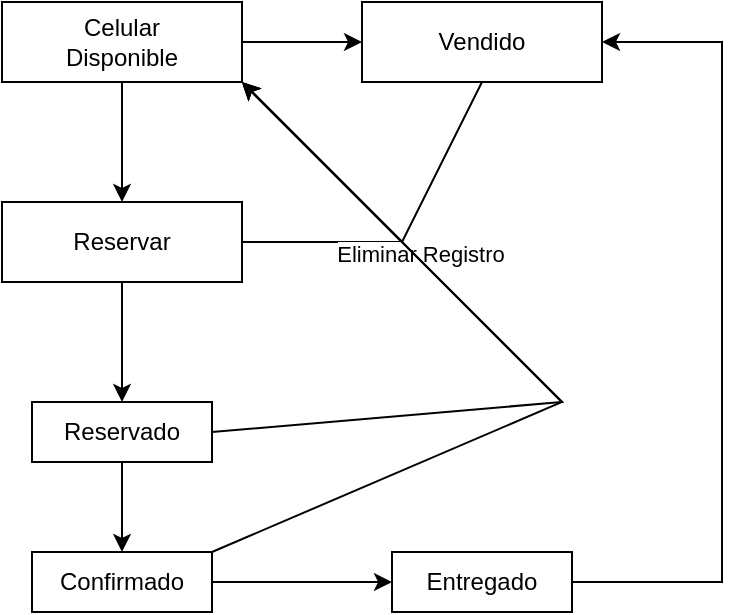
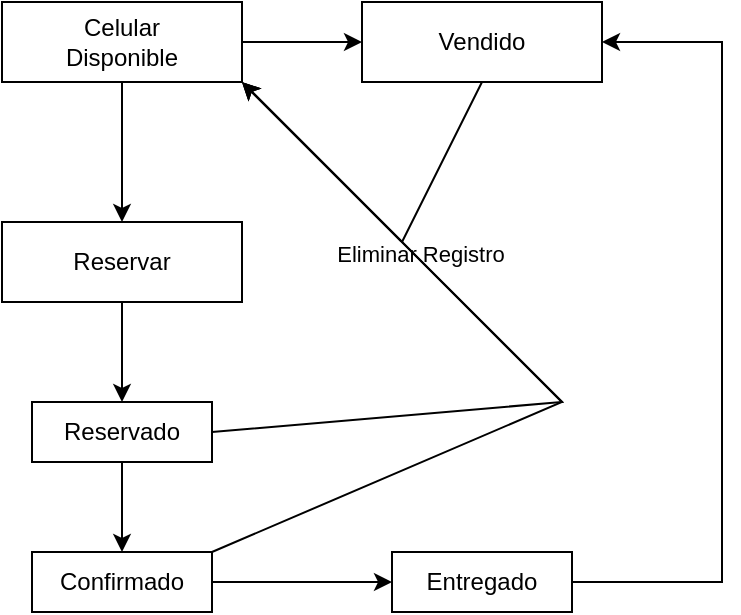
<mxfile host="Electron" agent="Mozilla/5.0 (Windows NT 10.0; Win64; x64) AppleWebKit/537.36 (KHTML, like Gecko) draw.io/28.0.6 Chrome/138.0.7204.100 Electron/37.2.3 Safari/537.36" version="28.0.6">
  <diagram name="Página-1" id="NHJCB9ElBA69mCwC8eOp">
    <mxGraphModel dx="1042" dy="626" grid="1" gridSize="10" guides="1" tooltips="1" connect="1" arrows="1" fold="1" page="1" pageScale="1" pageWidth="827" pageHeight="1169" math="0" shadow="0">
      <root>
        <mxCell id="0" />
        <mxCell id="1" parent="0" />
-         <mxCell id="YwFWL6ZEK3aL6vur6k1T-1" value="Celular&lt;div&gt;Disponible&lt;/div&gt;" style="rounded=0;whiteSpace=wrap;html=1;" vertex="1" parent="1">
+         <mxCell id="YwFWL6ZEK3aL6vur6k1T-1" value="Celular&lt;div&gt;Disponible&lt;/div&gt;" style="rounded=0;whiteSpace=wrap;html=1;" parent="1" vertex="1">
          <mxGeometry x="234" y="120" width="120" height="40" as="geometry" />
        </mxCell>
-         <mxCell id="YwFWL6ZEK3aL6vur6k1T-86" value="Vendido" style="rounded=0;whiteSpace=wrap;html=1;" vertex="1" parent="1">
+         <mxCell id="YwFWL6ZEK3aL6vur6k1T-86" value="Vendido" style="rounded=0;whiteSpace=wrap;html=1;" parent="1" vertex="1">
          <mxGeometry x="414" y="120" width="120" height="40" as="geometry" />
        </mxCell>
-         <mxCell id="YwFWL6ZEK3aL6vur6k1T-105" style="edgeStyle=orthogonalEdgeStyle;rounded=0;orthogonalLoop=1;jettySize=auto;html=1;" edge="1" parent="1" source="YwFWL6ZEK3aL6vur6k1T-87" target="YwFWL6ZEK3aL6vur6k1T-97">
+         <mxCell id="YwFWL6ZEK3aL6vur6k1T-105" style="edgeStyle=orthogonalEdgeStyle;rounded=0;orthogonalLoop=1;jettySize=auto;html=1;" parent="1" source="YwFWL6ZEK3aL6vur6k1T-87" target="YwFWL6ZEK3aL6vur6k1T-97" edge="1">
          <mxGeometry relative="1" as="geometry" />
        </mxCell>
-         <mxCell id="YwFWL6ZEK3aL6vur6k1T-87" value="Reservar" style="rounded=0;whiteSpace=wrap;html=1;" vertex="1" parent="1">
-           <mxGeometry x="234" y="220" width="120" height="40" as="geometry" />
+         <mxCell id="YwFWL6ZEK3aL6vur6k1T-87" value="Reservar" style="rounded=0;whiteSpace=wrap;html=1;" parent="1" vertex="1">
+           <mxGeometry x="234" y="230" width="120" height="40" as="geometry" />
        </mxCell>
-         <mxCell id="YwFWL6ZEK3aL6vur6k1T-90" value="" style="endArrow=classic;html=1;rounded=0;" edge="1" parent="1" source="YwFWL6ZEK3aL6vur6k1T-1" target="YwFWL6ZEK3aL6vur6k1T-86">
+         <mxCell id="YwFWL6ZEK3aL6vur6k1T-90" value="" style="endArrow=classic;html=1;rounded=0;" parent="1" source="YwFWL6ZEK3aL6vur6k1T-1" target="YwFWL6ZEK3aL6vur6k1T-86" edge="1">
          <mxGeometry width="50" height="50" relative="1" as="geometry">
            <mxPoint x="634" y="310" as="sourcePoint" />
            <mxPoint x="684" y="260" as="targetPoint" />
          </mxGeometry>
        </mxCell>
-         <mxCell id="YwFWL6ZEK3aL6vur6k1T-91" value="" style="endArrow=classic;html=1;rounded=0;" edge="1" parent="1" source="YwFWL6ZEK3aL6vur6k1T-1" target="YwFWL6ZEK3aL6vur6k1T-87">
+         <mxCell id="YwFWL6ZEK3aL6vur6k1T-91" value="" style="endArrow=classic;html=1;rounded=0;" parent="1" source="YwFWL6ZEK3aL6vur6k1T-1" target="YwFWL6ZEK3aL6vur6k1T-87" edge="1">
          <mxGeometry width="50" height="50" relative="1" as="geometry">
            <mxPoint x="574" y="220" as="sourcePoint" />
            <mxPoint x="634" y="220" as="targetPoint" />
          </mxGeometry>
        </mxCell>
-         <mxCell id="YwFWL6ZEK3aL6vur6k1T-94" value="" style="endArrow=classic;html=1;rounded=0;entryX=1;entryY=1;entryDx=0;entryDy=0;exitX=1;exitY=0.5;exitDx=0;exitDy=0;" edge="1" parent="1" source="YwFWL6ZEK3aL6vur6k1T-87" target="YwFWL6ZEK3aL6vur6k1T-1">
-           <mxGeometry width="50" height="50" relative="1" as="geometry">
-             <mxPoint x="274" y="340" as="sourcePoint" />
-             <mxPoint x="324" y="290" as="targetPoint" />
-             <Array as="points">
-               <mxPoint x="434" y="240" />
-             </Array>
-           </mxGeometry>
-         </mxCell>
-         <mxCell id="YwFWL6ZEK3aL6vur6k1T-95" value="" style="endArrow=classic;html=1;rounded=0;entryX=1;entryY=1;entryDx=0;entryDy=0;exitX=0.5;exitY=1;exitDx=0;exitDy=0;" edge="1" parent="1" source="YwFWL6ZEK3aL6vur6k1T-86" target="YwFWL6ZEK3aL6vur6k1T-1">
+         <mxCell id="YwFWL6ZEK3aL6vur6k1T-95" value="" style="endArrow=classic;html=1;rounded=0;entryX=1;entryY=1;entryDx=0;entryDy=0;exitX=0.5;exitY=1;exitDx=0;exitDy=0;" parent="1" source="YwFWL6ZEK3aL6vur6k1T-86" target="YwFWL6ZEK3aL6vur6k1T-1" edge="1">
          <mxGeometry width="50" height="50" relative="1" as="geometry">
            <mxPoint x="384" y="270" as="sourcePoint" />
            <mxPoint x="384" y="190" as="targetPoint" />
            <Array as="points">
              <mxPoint x="434" y="240" />
            </Array>
          </mxGeometry>
        </mxCell>
-         <mxCell id="YwFWL6ZEK3aL6vur6k1T-96" value="Eliminar Registro" style="edgeLabel;html=1;align=center;verticalAlign=middle;resizable=0;points=[];" vertex="1" connectable="0" parent="YwFWL6ZEK3aL6vur6k1T-95">
+         <mxCell id="YwFWL6ZEK3aL6vur6k1T-96" value="Eliminar Registro" style="edgeLabel;html=1;align=center;verticalAlign=middle;resizable=0;points=[];" parent="YwFWL6ZEK3aL6vur6k1T-95" vertex="1" connectable="0">
          <mxGeometry x="0.0101" y="2" relative="1" as="geometry">
            <mxPoint x="19" y="14" as="offset" />
          </mxGeometry>
        </mxCell>
-         <mxCell id="YwFWL6ZEK3aL6vur6k1T-101" style="edgeStyle=orthogonalEdgeStyle;rounded=0;orthogonalLoop=1;jettySize=auto;html=1;" edge="1" parent="1" source="YwFWL6ZEK3aL6vur6k1T-97" target="YwFWL6ZEK3aL6vur6k1T-98">
+         <mxCell id="YwFWL6ZEK3aL6vur6k1T-101" style="edgeStyle=orthogonalEdgeStyle;rounded=0;orthogonalLoop=1;jettySize=auto;html=1;" parent="1" source="YwFWL6ZEK3aL6vur6k1T-97" target="YwFWL6ZEK3aL6vur6k1T-98" edge="1">
          <mxGeometry relative="1" as="geometry" />
        </mxCell>
-         <mxCell id="YwFWL6ZEK3aL6vur6k1T-97" value="Reservado" style="rounded=0;whiteSpace=wrap;html=1;" vertex="1" parent="1">
+         <mxCell id="YwFWL6ZEK3aL6vur6k1T-97" value="Reservado" style="rounded=0;whiteSpace=wrap;html=1;" parent="1" vertex="1">
          <mxGeometry x="249" y="320" width="90" height="30" as="geometry" />
        </mxCell>
-         <mxCell id="YwFWL6ZEK3aL6vur6k1T-102" style="edgeStyle=orthogonalEdgeStyle;rounded=0;orthogonalLoop=1;jettySize=auto;html=1;" edge="1" parent="1" source="YwFWL6ZEK3aL6vur6k1T-98" target="YwFWL6ZEK3aL6vur6k1T-99">
+         <mxCell id="YwFWL6ZEK3aL6vur6k1T-102" style="edgeStyle=orthogonalEdgeStyle;rounded=0;orthogonalLoop=1;jettySize=auto;html=1;" parent="1" source="YwFWL6ZEK3aL6vur6k1T-98" target="YwFWL6ZEK3aL6vur6k1T-99" edge="1">
          <mxGeometry relative="1" as="geometry" />
        </mxCell>
-         <mxCell id="YwFWL6ZEK3aL6vur6k1T-98" value="Confirmado" style="rounded=0;whiteSpace=wrap;html=1;" vertex="1" parent="1">
+         <mxCell id="YwFWL6ZEK3aL6vur6k1T-98" value="Confirmado" style="rounded=0;whiteSpace=wrap;html=1;" parent="1" vertex="1">
          <mxGeometry x="249" y="395" width="90" height="30" as="geometry" />
        </mxCell>
-         <mxCell id="YwFWL6ZEK3aL6vur6k1T-99" value="Entregado" style="rounded=0;whiteSpace=wrap;html=1;" vertex="1" parent="1">
+         <mxCell id="YwFWL6ZEK3aL6vur6k1T-99" value="Entregado" style="rounded=0;whiteSpace=wrap;html=1;" parent="1" vertex="1">
          <mxGeometry x="429" y="395" width="90" height="30" as="geometry" />
        </mxCell>
-         <mxCell id="YwFWL6ZEK3aL6vur6k1T-104" value="" style="endArrow=classic;html=1;rounded=0;exitX=1;exitY=0.5;exitDx=0;exitDy=0;entryX=1;entryY=0.5;entryDx=0;entryDy=0;" edge="1" parent="1" source="YwFWL6ZEK3aL6vur6k1T-99" target="YwFWL6ZEK3aL6vur6k1T-86">
+         <mxCell id="YwFWL6ZEK3aL6vur6k1T-104" value="" style="endArrow=classic;html=1;rounded=0;exitX=1;exitY=0.5;exitDx=0;exitDy=0;entryX=1;entryY=0.5;entryDx=0;entryDy=0;" parent="1" source="YwFWL6ZEK3aL6vur6k1T-99" target="YwFWL6ZEK3aL6vur6k1T-86" edge="1">
          <mxGeometry width="50" height="50" relative="1" as="geometry">
            <mxPoint x="534" y="270" as="sourcePoint" />
            <mxPoint x="594" y="270" as="targetPoint" />
            <Array as="points">
              <mxPoint x="594" y="410" />
              <mxPoint x="594" y="140" />
            </Array>
          </mxGeometry>
        </mxCell>
-         <mxCell id="YwFWL6ZEK3aL6vur6k1T-106" value="" style="endArrow=classic;html=1;rounded=0;exitX=1;exitY=0.5;exitDx=0;exitDy=0;entryX=1;entryY=1;entryDx=0;entryDy=0;" edge="1" parent="1" source="YwFWL6ZEK3aL6vur6k1T-97" target="YwFWL6ZEK3aL6vur6k1T-1">
+         <mxCell id="YwFWL6ZEK3aL6vur6k1T-106" value="" style="endArrow=classic;html=1;rounded=0;exitX=1;exitY=0.5;exitDx=0;exitDy=0;entryX=1;entryY=1;entryDx=0;entryDy=0;" parent="1" source="YwFWL6ZEK3aL6vur6k1T-97" target="YwFWL6ZEK3aL6vur6k1T-1" edge="1">
          <mxGeometry width="50" height="50" relative="1" as="geometry">
            <mxPoint x="494" y="380" as="sourcePoint" />
            <mxPoint x="514" y="330" as="targetPoint" />
            <Array as="points">
              <mxPoint x="514" y="320" />
            </Array>
          </mxGeometry>
        </mxCell>
-         <mxCell id="YwFWL6ZEK3aL6vur6k1T-107" value="" style="endArrow=classic;html=1;rounded=0;exitX=1;exitY=0;exitDx=0;exitDy=0;entryX=1;entryY=1;entryDx=0;entryDy=0;" edge="1" parent="1" source="YwFWL6ZEK3aL6vur6k1T-98" target="YwFWL6ZEK3aL6vur6k1T-1">
+         <mxCell id="YwFWL6ZEK3aL6vur6k1T-107" value="" style="endArrow=classic;html=1;rounded=0;exitX=1;exitY=0;exitDx=0;exitDy=0;entryX=1;entryY=1;entryDx=0;entryDy=0;" parent="1" source="YwFWL6ZEK3aL6vur6k1T-98" target="YwFWL6ZEK3aL6vur6k1T-1" edge="1">
          <mxGeometry width="50" height="50" relative="1" as="geometry">
            <mxPoint x="544" y="350" as="sourcePoint" />
            <mxPoint x="514" y="330" as="targetPoint" />
            <Array as="points">
              <mxPoint x="514" y="320" />
            </Array>
          </mxGeometry>
        </mxCell>
      </root>
    </mxGraphModel>
  </diagram>
</mxfile>
